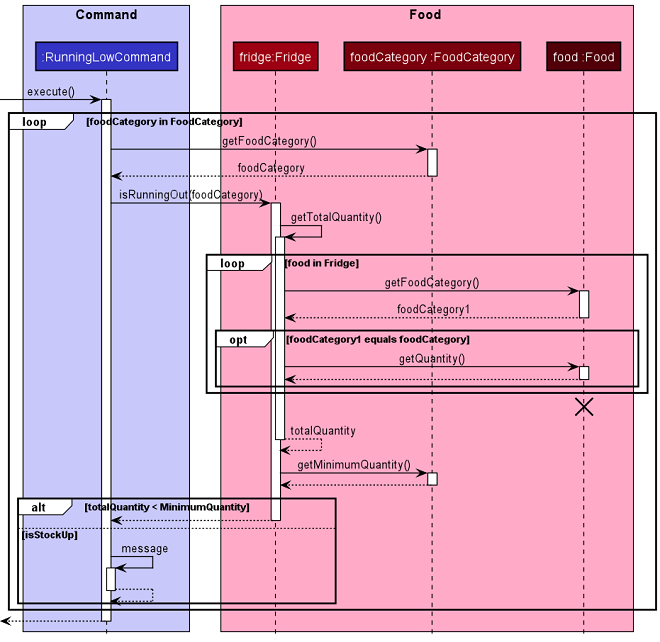
Earlier version of the PlantUML export docs/diagrams/diagram_images/RunningLowSequenceDiagram.png (nus-cs2113-AY2021S2/tp).
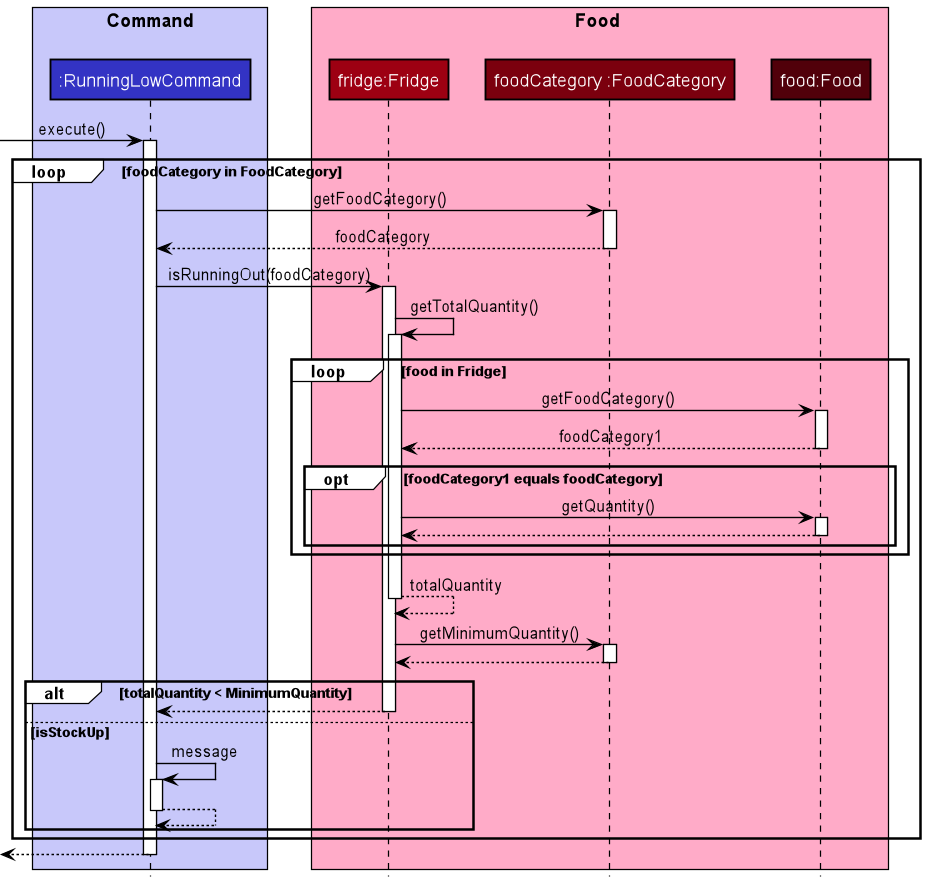
The same diagram one commit later.

Diff of the diagram source:
```diff
@@ -1,6 +1,5 @@
 @startuml
 !include style.puml
-
 
 box "Command\n" COMMAND_COLOR_T1
 participant ":RunningLowCommand" as RunningLowCommand COMMAND_COLOR
@@ -9,7 +8,7 @@
 box Food FOOD_COLOR_T1
 participant "fridge:Fridge" as Fridge FOOD_COLOR
 participant "foodCategory :FoodCategory" as FoodCategory FOOD_COLOR_T3
-participant "food :Food" as Food FOOD_COLOR_T4
+participant "food:Food" as Food FOOD_COLOR_T4
 end box
 
 -> RunningLowCommand: execute()
@@ -34,7 +33,6 @@
             return
         end
     end
-    destroy Food
     return totalQuantity
     Fridge -> FoodCategory: getMinimumQuantity()
     activate FoodCategory
```
